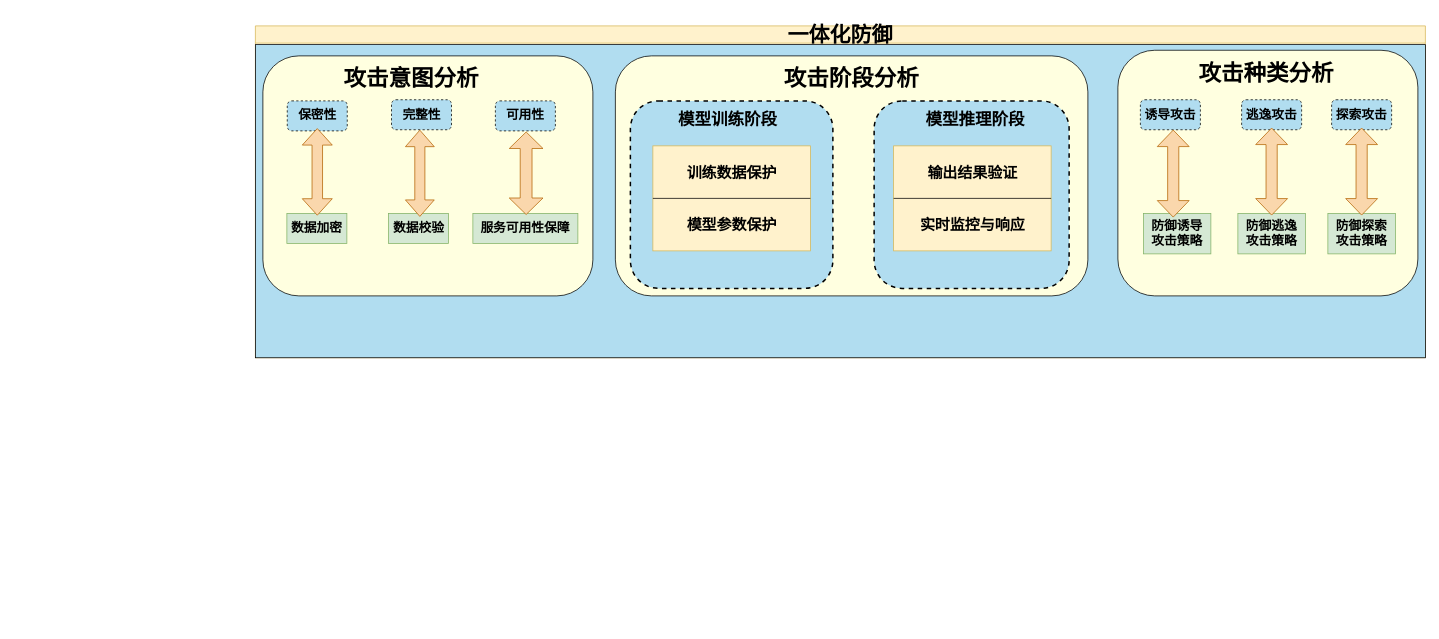
Above: 一体化防御.drawio in Stefan-Beauchamp/hello-world (draw.io), before the change. Source tidied: cells renumbered, new cells numbered last; positions are measured from the earlier drawing's top-left corner, leaving out a move shared by most shapes. Both pictures are drawn from the tidied source at 75%, with x=0, y=0 at pixel (255, 26).
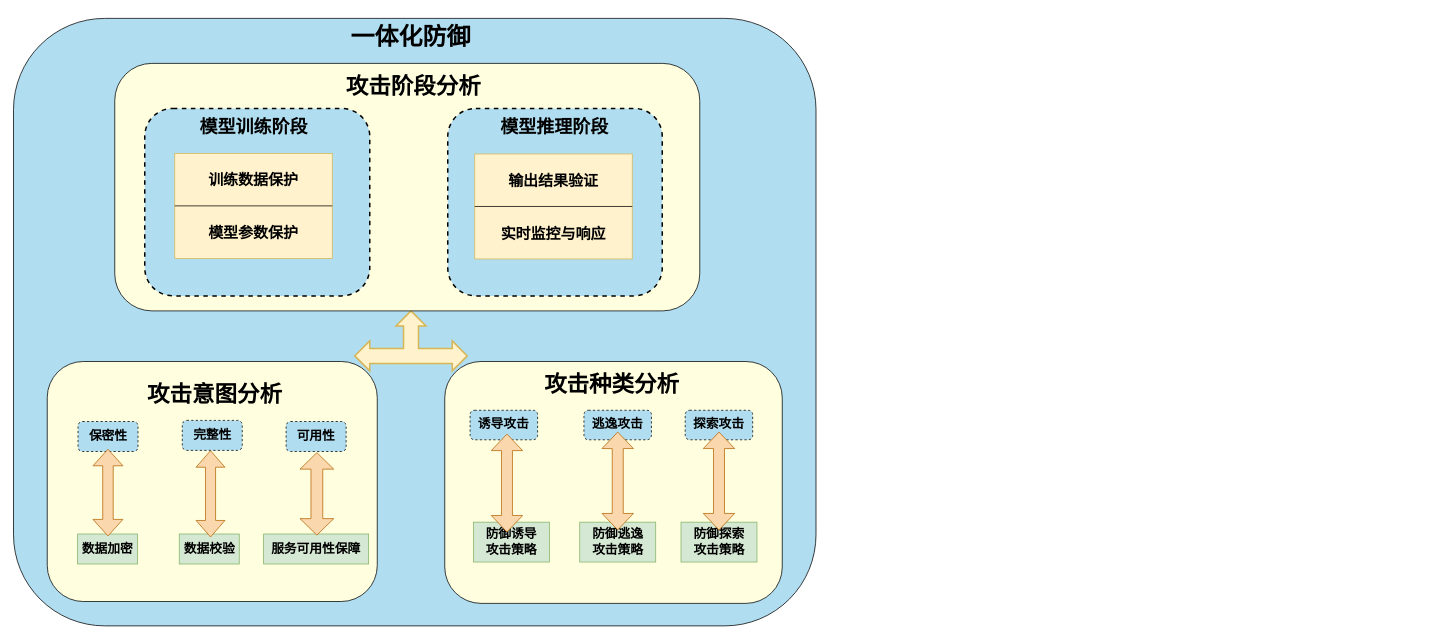
The same diagram, later.

Commit message:
更新一体化防御.drawio

What changed in the source:
```diff
@@
-    <mxCell id="2" value="&lt;p style=&quot;&quot; class=&quot;MsoNormal&quot;&gt;&lt;span style=&quot;font-family: 微软雅黑;&quot;&gt;&lt;font style=&quot;font-size: 28px;&quot; face=&quot;微软雅黑&quot;&gt;一体化防御&lt;/font&gt;&lt;/span&gt;&lt;/p&gt;" style="swimlane;whiteSpace=wrap;html=1;fillColor=#fff2cc;strokeColor=#d6b656;" parent="1" vertex="1">
-      <mxGeometry width="1560" height="442.5" as="geometry" />
-    </mxCell>
-    <mxCell id="3" style="group;" parent="2" vertex="1">
-      <mxGeometry x="10" y="32.5" width="1550" height="410" as="geometry" />
-    </mxCell>
-    <mxCell id="4" style="rounded=0;whiteSpace=wrap;html=1;fillColor=#B1DDF0;" parent="3" vertex="1">
-      <mxGeometry x="-10" y="-7.5" width="1560" height="417.5" as="geometry" />
-    </mxCell>
-    <mxCell id="5" style="rounded=1;whiteSpace=wrap;html=1;fillColor=#FFFFE0;" parent="3" vertex="1">
-      <mxGeometry y="7.5" width="440" height="320" as="geometry" />
-    </mxCell>
+    <mxCell id="43" style="rounded=1;whiteSpace=wrap;html=1;fillColor=#B1DDF0;" parent="1" vertex="1">
+      <mxGeometry x="-322.5" y="-10" width="1070" height="810" as="geometry" />
+    </mxCell>
+    <mxCell id="44" style="group;" parent="1" vertex="1">
+      <mxGeometry x="-277.5" y="447.5" width="440" height="320" as="geometry" />
+    </mxCell>
+    <mxCell id="45" style="rounded=1;whiteSpace=wrap;html=1;fillColor=#FFFFE0;" parent="44" vertex="1">
+      <mxGeometry width="440" height="320" as="geometry" />
+    </mxCell>
-    <mxCell id="6" value="&lt;b&gt;&lt;font style=&quot;font-size: 17px;&quot;&gt;完整性&lt;/font&gt;&lt;/b&gt;" style="whiteSpace=wrap;html=1;fillColor=#B1DDF0;rounded=1;dashed=1;" parent="3" vertex="1">
-      <mxGeometry x="171.5" y="66" width="80" height="40" as="geometry" />
+    <mxCell id="6" value="&lt;b&gt;&lt;font style=&quot;font-size: 17px;&quot;&gt;完整性&lt;/font&gt;&lt;/b&gt;" style="whiteSpace=wrap;html=1;fillColor=#B1DDF0;rounded=1;dashed=1;" parent="44" vertex="1">
+      <mxGeometry x="180" y="78.5" width="80" height="40" as="geometry" />
     </mxCell>
-    <mxCell id="7" value="&lt;b&gt;&lt;font style=&quot;font-size: 17px;&quot;&gt;保密性&lt;/font&gt;&lt;/b&gt;" style="whiteSpace=wrap;html=1;fillColor=#B1DDF0;rounded=1;dashed=1;" parent="3" vertex="1">
-      <mxGeometry x="32.5" y="67.5" width="80" height="40" as="geometry" />
+    <mxCell id="7" value="&lt;b&gt;&lt;font style=&quot;font-size: 17px;&quot;&gt;保密性&lt;/font&gt;&lt;/b&gt;" style="whiteSpace=wrap;html=1;fillColor=#B1DDF0;rounded=1;dashed=1;" parent="44" vertex="1">
+      <mxGeometry x="41" y="80" width="80" height="40" as="geometry" />
     </mxCell>
-    <mxCell id="8" value="&lt;b&gt;&lt;font style=&quot;font-size: 17px;&quot;&gt;可用性&lt;/font&gt;&lt;/b&gt;" style="whiteSpace=wrap;html=1;fillColor=#B1DDF0;rounded=1;dashed=1;" parent="3" vertex="1">
-      <mxGeometry x="310" y="67.5" width="80" height="40" as="geometry" />
+    <mxCell id="8" value="&lt;b&gt;&lt;font style=&quot;font-size: 17px;&quot;&gt;可用性&lt;/font&gt;&lt;/b&gt;" style="whiteSpace=wrap;html=1;fillColor=#B1DDF0;rounded=1;dashed=1;" parent="44" vertex="1">
+      <mxGeometry x="318.5" y="80" width="80" height="40" as="geometry" />
     </mxCell>
-    <mxCell id="9" value="&lt;b&gt;&lt;font style=&quot;font-size: 17px;&quot;&gt;数据加密&lt;/font&gt;&lt;/b&gt;" style="whiteSpace=wrap;html=1;fillColor=#d5e8d4;strokeColor=#82b366;" parent="3" vertex="1">
-      <mxGeometry x="32" y="217.5" width="80" height="40" as="geometry" />
+    <mxCell id="9" value="&lt;b&gt;&lt;font style=&quot;font-size: 17px;&quot;&gt;数据加密&lt;/font&gt;&lt;/b&gt;" style="whiteSpace=wrap;html=1;fillColor=#d5e8d4;strokeColor=#82b366;" parent="44" vertex="1">
+      <mxGeometry x="40.5" y="230" width="80" height="40" as="geometry" />
     </mxCell>
-    <mxCell id="10" value="&lt;b&gt;&lt;font style=&quot;font-size: 17px;&quot;&gt;数据校验&lt;/font&gt;&lt;/b&gt;" style="whiteSpace=wrap;html=1;fillColor=#d5e8d4;strokeColor=#82b366;" parent="3" vertex="1">
-      <mxGeometry x="167.5" y="217.5" width="80" height="40" as="geometry" />
+    <mxCell id="10" value="&lt;b&gt;&lt;font style=&quot;font-size: 17px;&quot;&gt;数据校验&lt;/font&gt;&lt;/b&gt;" style="whiteSpace=wrap;html=1;fillColor=#d5e8d4;strokeColor=#82b366;" parent="44" vertex="1">
+      <mxGeometry x="176" y="230" width="80" height="40" as="geometry" />
     </mxCell>
-    <mxCell id="11" value="&lt;b&gt;&lt;font style=&quot;font-size: 17px;&quot;&gt;服务可用性保障&lt;/font&gt;&lt;/b&gt;" style="whiteSpace=wrap;html=1;fillColor=#d5e8d4;strokeColor=#82b366;" parent="3" vertex="1">
-      <mxGeometry x="280" y="217.5" width="140" height="40" as="geometry" />
+    <mxCell id="11" value="&lt;b&gt;&lt;font style=&quot;font-size: 17px;&quot;&gt;服务可用性保障&lt;/font&gt;&lt;/b&gt;" style="whiteSpace=wrap;html=1;fillColor=#d5e8d4;strokeColor=#82b366;" parent="44" vertex="1">
+      <mxGeometry x="288.5" y="230" width="140" height="40" as="geometry" />
     </mxCell>
-    <mxCell id="12" value="&lt;b&gt;&lt;font style=&quot;font-size: 30px;&quot;&gt;攻击意图分析&lt;/font&gt;&lt;/b&gt;" style="text;html=1;align=center;verticalAlign=middle;whiteSpace=wrap;rounded=0;" parent="3" vertex="1">
-      <mxGeometry x="100" y="27.5" width="196" height="20" as="geometry" />
+    <mxCell id="12" value="&lt;b&gt;&lt;font style=&quot;font-size: 30px;&quot;&gt;攻击意图分析&lt;/font&gt;&lt;/b&gt;" style="text;html=1;align=center;verticalAlign=middle;whiteSpace=wrap;rounded=0;" parent="44" vertex="1">
+      <mxGeometry x="125.5" y="33" width="196" height="20" as="geometry" />
     </mxCell>
-    <mxCell id="13" style="html=1;shadow=0;dashed=0;align=center;verticalAlign=middle;shape=mxgraph.arrows2.twoWayArrow;dy=0.65;dx=22;rotation=90;fillColor=#fad7ac;strokeColor=#b46504;" parent="3" vertex="1">
-      <mxGeometry x="14.8" y="142.2" width="115.5" height="40" as="geometry" />
-    </mxCell>
-    <mxCell id="14" style="html=1;shadow=0;dashed=0;align=center;verticalAlign=middle;shape=mxgraph.arrows2.twoWayArrow;dy=0.65;dx=22;rotation=90;fillColor=#fad7ac;strokeColor=#b46504;" parent="3" vertex="1">
-      <mxGeometry x="151.8" y="144.8" width="115" height="38.5" as="geometry" />
-    </mxCell>
-    <mxCell id="15" style="html=1;shadow=0;dashed=0;align=center;verticalAlign=middle;shape=mxgraph.arrows2.twoWayArrow;dy=0.65;dx=22;rotation=90;fillColor=#fad7ac;strokeColor=#b46504;" parent="3" vertex="1">
-      <mxGeometry x="296" y="141.5" width="110" height="45" as="geometry" />
-    </mxCell>
-    <mxCell id="16" style="rounded=1;whiteSpace=wrap;html=1;fillColor=#FFFFE0;" parent="3" vertex="1">
-      <mxGeometry x="1140" width="400" height="327.5" as="geometry" />
-    </mxCell>
+    <mxCell id="46" style="html=1;shadow=0;dashed=0;align=center;verticalAlign=middle;shape=mxgraph.arrows2.twoWayArrow;dy=0.65;dx=22;rotation=90;fillColor=#fad7ac;strokeColor=#b46504;" parent="44" vertex="1">
+      <mxGeometry x="23.2" y="154.8" width="115.5" height="40" as="geometry" />
+    </mxCell>
+    <mxCell id="47" style="html=1;shadow=0;dashed=0;align=center;verticalAlign=middle;shape=mxgraph.arrows2.twoWayArrow;dy=0.65;dx=22;rotation=90;fillColor=#fad7ac;strokeColor=#b46504;" parent="44" vertex="1">
+      <mxGeometry x="160.2" y="157.2" width="115" height="38.5" as="geometry" />
+    </mxCell>
+    <mxCell id="48" style="html=1;shadow=0;dashed=0;align=center;verticalAlign=middle;shape=mxgraph.arrows2.twoWayArrow;dy=0.65;dx=22;rotation=90;fillColor=#fad7ac;strokeColor=#b46504;" parent="44" vertex="1">
+      <mxGeometry x="304.5" y="154" width="110" height="45" as="geometry" />
+    </mxCell>
+    <mxCell id="49" style="group;" parent="1" vertex="1">
+      <mxGeometry x="252.5" y="447.5" width="450" height="322.5" as="geometry" />
+    </mxCell>
+    <mxCell id="50" style="rounded=1;whiteSpace=wrap;html=1;fillColor=#FFFFE0;" parent="49" vertex="1">
+      <mxGeometry width="450" height="322.5" as="geometry" />
+    </mxCell>
-    <mxCell id="17" value="&lt;b&gt;&lt;font style=&quot;font-size: 17px;&quot;&gt;逃逸攻击&lt;/font&gt;&lt;/b&gt;" style="whiteSpace=wrap;html=1;fillColor=#B1DDF0;rounded=1;dashed=1;" parent="3" vertex="1">
-      <mxGeometry x="1305" y="66" width="80" height="40" as="geometry" />
+    <mxCell id="17" value="&lt;b&gt;&lt;font style=&quot;font-size: 17px;&quot;&gt;逃逸攻击&lt;/font&gt;&lt;/b&gt;" style="whiteSpace=wrap;html=1;fillColor=#B1DDF0;rounded=1;dashed=1;" parent="49" vertex="1">
+      <mxGeometry x="185.6" y="65" width="90" height="39.4" as="geometry" />
     </mxCell>
-    <mxCell id="18" value="&lt;b&gt;&lt;font style=&quot;font-size: 17px;&quot;&gt;诱导攻击&lt;/font&gt;&lt;/b&gt;" style="whiteSpace=wrap;html=1;fillColor=#B1DDF0;rounded=1;dashed=1;" parent="3" vertex="1">
-      <mxGeometry x="1170" y="66" width="80" height="40" as="geometry" />
+    <mxCell id="18" value="&lt;b&gt;&lt;font style=&quot;font-size: 17px;&quot;&gt;诱导攻击&lt;/font&gt;&lt;/b&gt;" style="whiteSpace=wrap;html=1;fillColor=#B1DDF0;rounded=1;dashed=1;" parent="49" vertex="1">
+      <mxGeometry x="33.8" y="65" width="90" height="39.4" as="geometry" />
     </mxCell>
-    <mxCell id="19" value="&lt;b&gt;&lt;font style=&quot;font-size: 17px;&quot;&gt;探索攻击&lt;/font&gt;&lt;/b&gt;" style="whiteSpace=wrap;html=1;fillColor=#B1DDF0;rounded=1;dashed=1;" parent="3" vertex="1">
-      <mxGeometry x="1425" y="66" width="80" height="40" as="geometry" />
+    <mxCell id="19" value="&lt;b&gt;&lt;font style=&quot;font-size: 17px;&quot;&gt;探索攻击&lt;/font&gt;&lt;/b&gt;" style="whiteSpace=wrap;html=1;fillColor=#B1DDF0;rounded=1;dashed=1;" parent="49" vertex="1">
+      <mxGeometry x="320.6" y="65" width="90" height="39.4" as="geometry" />
     </mxCell>
-    <mxCell id="20" value="&lt;b style=&quot;font-size: 17px;&quot;&gt;&lt;font style=&quot;font-size: 17px;&quot;&gt;防御诱导&lt;/font&gt;&lt;/b&gt;&lt;div style=&quot;font-size: 17px;&quot;&gt;&lt;b style=&quot;&quot;&gt;&lt;font style=&quot;font-size: 17px;&quot;&gt;攻击策略&lt;/font&gt;&lt;/b&gt;&lt;/div&gt;" style="whiteSpace=wrap;html=1;fillColor=#d5e8d4;strokeColor=#82b366;" parent="3" vertex="1">
-      <mxGeometry x="1174" y="217.5" width="90" height="54" as="geometry" />
+    <mxCell id="20" value="&lt;b style=&quot;font-size: 17px;&quot;&gt;&lt;font style=&quot;font-size: 17px;&quot;&gt;防御诱导&lt;/font&gt;&lt;/b&gt;&lt;div style=&quot;font-size: 17px;&quot;&gt;&lt;b style=&quot;&quot;&gt;&lt;font style=&quot;font-size: 17px;&quot;&gt;攻击策略&lt;/font&gt;&lt;/b&gt;&lt;/div&gt;" style="whiteSpace=wrap;html=1;fillColor=#d5e8d4;strokeColor=#82b366;" parent="49" vertex="1">
+      <mxGeometry x="38.3" y="214.2" width="101.3" height="53.2" as="geometry" />
     </mxCell>
-    <mxCell id="21" value="&lt;b&gt;&lt;font style=&quot;font-size: 30px;&quot;&gt;攻击种类分析&lt;/font&gt;&lt;/b&gt;" style="text;html=1;align=center;verticalAlign=middle;whiteSpace=wrap;rounded=0;" parent="3" vertex="1">
-      <mxGeometry x="1240" y="20" width="196" height="20" as="geometry" />
+    <mxCell id="21" value="&lt;b&gt;&lt;font style=&quot;font-size: 30px;&quot;&gt;攻击种类分析&lt;/font&gt;&lt;/b&gt;" style="text;html=1;align=center;verticalAlign=middle;whiteSpace=wrap;rounded=0;" parent="49" vertex="1">
+      <mxGeometry x="112.5" y="19.7" width="220.5" height="19.7" as="geometry" />
     </mxCell>
-    <mxCell id="22" style="html=1;shadow=0;dashed=0;align=center;verticalAlign=middle;shape=mxgraph.arrows2.twoWayArrow;dy=0.65;dx=22;rotation=90;fillColor=#fad7ac;strokeColor=#b46504;" parent="3" vertex="1">
-      <mxGeometry x="1155.8" y="143.2" width="116" height="42.5" as="geometry" />
-    </mxCell>
+    <mxCell id="51" style="html=1;shadow=0;dashed=0;align=center;verticalAlign=middle;shape=mxgraph.arrows2.twoWayArrow;dy=0.65;dx=22;rotation=90;fillColor=#fad7ac;strokeColor=#b46504;" parent="49" vertex="1">
+      <mxGeometry x="17.7" y="141.1" width="130.5" height="41.9" as="geometry" />
+    </mxCell>
-    <mxCell id="23" value="&lt;b style=&quot;font-size: 17px;&quot;&gt;&lt;font style=&quot;font-size: 17px;&quot;&gt;防御逃逸&lt;/font&gt;&lt;/b&gt;&lt;div style=&quot;font-size: 17px;&quot;&gt;&lt;b style=&quot;&quot;&gt;&lt;font style=&quot;font-size: 17px;&quot;&gt;攻击策略&lt;/font&gt;&lt;/b&gt;&lt;/div&gt;" style="whiteSpace=wrap;html=1;fillColor=#d5e8d4;strokeColor=#82b366;" parent="3" vertex="1">
-      <mxGeometry x="1300" y="217.5" width="90" height="54" as="geometry" />
+    <mxCell id="23" value="&lt;b style=&quot;font-size: 17px;&quot;&gt;&lt;font style=&quot;font-size: 17px;&quot;&gt;防御逃逸&lt;/font&gt;&lt;/b&gt;&lt;div style=&quot;font-size: 17px;&quot;&gt;&lt;b style=&quot;&quot;&gt;&lt;font style=&quot;font-size: 17px;&quot;&gt;攻击策略&lt;/font&gt;&lt;/b&gt;&lt;/div&gt;" style="whiteSpace=wrap;html=1;fillColor=#d5e8d4;strokeColor=#82b366;" parent="49" vertex="1">
+      <mxGeometry x="180" y="214.2" width="101.3" height="53.2" as="geometry" />
     </mxCell>
-    <mxCell id="24" value="&lt;b style=&quot;font-size: 17px;&quot;&gt;&lt;font style=&quot;font-size: 17px;&quot;&gt;防御探索&lt;/font&gt;&lt;/b&gt;&lt;div style=&quot;font-size: 17px;&quot;&gt;&lt;b style=&quot;&quot;&gt;&lt;font style=&quot;font-size: 17px;&quot;&gt;攻击策略&lt;/font&gt;&lt;/b&gt;&lt;/div&gt;" style="whiteSpace=wrap;html=1;fillColor=#d5e8d4;strokeColor=#82b366;" parent="3" vertex="1">
-      <mxGeometry x="1420" y="217.5" width="90" height="54" as="geometry" />
+    <mxCell id="24" value="&lt;b style=&quot;font-size: 17px;&quot;&gt;&lt;font style=&quot;font-size: 17px;&quot;&gt;防御探索&lt;/font&gt;&lt;/b&gt;&lt;div style=&quot;font-size: 17px;&quot;&gt;&lt;b style=&quot;&quot;&gt;&lt;font style=&quot;font-size: 17px;&quot;&gt;攻击策略&lt;/font&gt;&lt;/b&gt;&lt;/div&gt;" style="whiteSpace=wrap;html=1;fillColor=#d5e8d4;strokeColor=#82b366;" parent="49" vertex="1">
+      <mxGeometry x="315" y="214.2" width="101.3" height="53.2" as="geometry" />
     </mxCell>
-    <mxCell id="25" style="rounded=1;whiteSpace=wrap;html=1;fillColor=#FFFFE0;" parent="3" vertex="1">
-      <mxGeometry x="470" y="7.5" width="630" height="320" as="geometry" />
-    </mxCell>
+    <mxCell id="52" style="html=1;shadow=0;dashed=0;align=center;verticalAlign=middle;shape=mxgraph.arrows2.twoWayArrow;dy=0.65;dx=22;rotation=90;fillColor=#fad7ac;strokeColor=#b46504;" parent="49" vertex="1">
+      <mxGeometry x="165.4" y="138.4" width="130.5" height="41.9" as="geometry" />
+    </mxCell>
+    <mxCell id="53" style="html=1;shadow=0;dashed=0;align=center;verticalAlign=middle;shape=mxgraph.arrows2.twoWayArrow;dy=0.65;dx=22;rotation=90;fillColor=#fad7ac;strokeColor=#b46504;" parent="49" vertex="1">
+      <mxGeometry x="300.4" y="138.4" width="130.5" height="41.9" as="geometry" />
+    </mxCell>
+    <mxCell id="2" value="&lt;b&gt;&lt;font style=&quot;font-size: 32px;&quot;&gt;一体化防御&lt;/font&gt;&lt;/b&gt;" style="text;html=1;align=center;verticalAlign=middle;whiteSpace=wrap;rounded=0;" parent="1" vertex="1">
+      <mxGeometry width="415" height="30" as="geometry" />
+    </mxCell>
+    <mxCell id="54" style="html=1;shadow=0;dashed=0;align=center;verticalAlign=middle;shape=mxgraph.arrows2.triadArrow;dy=10;dx=20;arrowHead=40;fillColor=#fff2cc;strokeColor=#d6b656;strokeWidth=2;" parent="1" vertex="1">
+      <mxGeometry x="132.5" y="380" width="150" height="80" as="geometry" />
+    </mxCell>
+    <mxCell id="55" style="group;" parent="1" vertex="1">
+      <mxGeometry x="-157.5" y="50" width="780" height="330" as="geometry" />
+    </mxCell>
+    <mxCell id="56" style="rounded=1;whiteSpace=wrap;html=1;fillColor=#FFFFE0;" parent="55" vertex="1">
+      <mxGeometry x="-30" width="780" height="330" as="geometry" />
+    </mxCell>
-    <mxCell id="26" value="&lt;b&gt;&lt;font style=&quot;font-size: 30px;&quot;&gt;攻击阶段分析&lt;/font&gt;&lt;/b&gt;" style="text;html=1;align=center;verticalAlign=middle;whiteSpace=wrap;rounded=0;" parent="3" vertex="1">
-      <mxGeometry x="687" y="27.5" width="196" height="20" as="geometry" />
+    <mxCell id="26" value="&lt;b&gt;&lt;font style=&quot;font-size: 30px;&quot;&gt;攻击阶段分析&lt;/font&gt;&lt;/b&gt;" style="text;html=1;align=center;verticalAlign=middle;whiteSpace=wrap;rounded=0;" parent="55" vertex="1">
+      <mxGeometry x="270" y="20" width="196" height="20" as="geometry" />
     </mxCell>
-    <mxCell id="27" style="rounded=1;whiteSpace=wrap;html=1;fillColor=#B1DDF0;dashed=1;strokeWidth=2;" parent="3" vertex="1">
-      <mxGeometry x="490" y="67.5" width="270" height="250" as="geometry" />
-    </mxCell>
+    <mxCell id="57" style="rounded=1;whiteSpace=wrap;html=1;fillColor=#B1DDF0;dashed=1;strokeWidth=2;" parent="55" vertex="1">
+      <mxGeometry x="10" y="60" width="300" height="250" as="geometry" />
+    </mxCell>
-    <mxCell id="28" value="&lt;b&gt;&lt;font style=&quot;font-size: 22px;&quot;&gt;模型训练阶段&lt;/font&gt;&lt;/b&gt;" style="text;html=1;align=center;verticalAlign=middle;whiteSpace=wrap;rounded=0;" parent="3" vertex="1">
-      <mxGeometry x="530" y="77.5" width="180" height="30" as="geometry" />
+    <mxCell id="28" value="&lt;b&gt;&lt;font style=&quot;font-size: 24px;&quot;&gt;模型训练阶段&lt;/font&gt;&lt;/b&gt;" style="text;html=1;align=center;verticalAlign=middle;whiteSpace=wrap;rounded=0;" parent="55" vertex="1">
+      <mxGeometry x="65" y="70" width="180" height="30" as="geometry" />
     </mxCell>
-    <mxCell id="29" style="rounded=1;whiteSpace=wrap;html=1;fillColor=#B1DDF0;dashed=1;strokeWidth=2;" parent="3" vertex="1">
-      <mxGeometry x="815" y="67.5" width="260" height="250" as="geometry" />
-    </mxCell>
+    <mxCell id="58" style="rounded=1;whiteSpace=wrap;html=1;fillColor=#B1DDF0;dashed=1;strokeWidth=2;" parent="55" vertex="1">
+      <mxGeometry x="414" y="60" width="286" height="250" as="geometry" />
+    </mxCell>
-    <mxCell id="30" value="&lt;b&gt;&lt;font style=&quot;font-size: 22px;&quot;&gt;模型推理阶段&lt;/font&gt;&lt;/b&gt;" style="text;html=1;align=center;verticalAlign=middle;whiteSpace=wrap;rounded=0;" parent="3" vertex="1">
-      <mxGeometry x="860" y="77.5" width="180" height="30" as="geometry" />
+    <mxCell id="30" value="&lt;b&gt;&lt;font style=&quot;font-size: 24px;&quot;&gt;模型推理阶段&lt;/font&gt;&lt;/b&gt;" style="text;html=1;align=center;verticalAlign=middle;whiteSpace=wrap;rounded=0;" parent="55" vertex="1">
+      <mxGeometry x="466" y="70" width="180" height="30" as="geometry" />
     </mxCell>
-    <mxCell id="31" style="group;" parent="3" vertex="1">
-      <mxGeometry x="520" y="127.5" width="210" height="140" as="geometry" />
-    </mxCell>
-    <mxCell id="32" style="rounded=0;whiteSpace=wrap;html=1;fillColor=#fff2cc;strokeColor=#d6b656;" parent="31" vertex="1">
-      <mxGeometry width="210" height="140" as="geometry" />
-    </mxCell>
+    <mxCell id="59" style="group;" parent="55" vertex="1">
+      <mxGeometry x="50" y="120" width="210" height="140" as="geometry" />
+    </mxCell>
+    <mxCell id="60" style="rounded=0;whiteSpace=wrap;html=1;fillColor=#fff2cc;strokeColor=#d6b656;" parent="59" vertex="1">
+      <mxGeometry width="210" height="140" as="geometry" />
+    </mxCell>
-    <mxCell id="33" value="&lt;b&gt;&lt;font style=&quot;font-size: 20px;&quot;&gt;训练数据保护&lt;/font&gt;&lt;/b&gt;" style="text;html=1;align=center;verticalAlign=middle;whiteSpace=wrap;rounded=0;" parent="31" vertex="1">
+    <mxCell id="33" value="&lt;b&gt;&lt;font style=&quot;font-size: 20px;&quot;&gt;训练数据保护&lt;/font&gt;&lt;/b&gt;" style="text;html=1;align=center;verticalAlign=middle;whiteSpace=wrap;rounded=0;" parent="59" vertex="1">
       <mxGeometry x="27.5" y="20" width="155" height="30" as="geometry" />
     </mxCell>
-    <mxCell id="34" value="&lt;b&gt;&lt;font style=&quot;font-size: 20px;&quot;&gt;模型参数保护&lt;/font&gt;&lt;/b&gt;" style="text;html=1;align=center;verticalAlign=middle;whiteSpace=wrap;rounded=0;" parent="31" vertex="1">
+    <mxCell id="34" value="&lt;b&gt;&lt;font style=&quot;font-size: 20px;&quot;&gt;模型参数保护&lt;/font&gt;&lt;/b&gt;" style="text;html=1;align=center;verticalAlign=middle;whiteSpace=wrap;rounded=0;" parent="59" vertex="1">
       <mxGeometry x="27.5" y="90" width="155" height="30" as="geometry" />
     </mxCell>
-    <mxCell id="35" style="rounded=0;orthogonalLoop=1;jettySize=auto;html=1;exitX=0;exitY=0.5;exitDx=0;exitDy=0;entryX=1;entryY=0.5;entryDx=0;entryDy=0;endArrow=none;endFill=0;" parent="31" edge="1" source="32" target="32">
-      <mxGeometry relative="1" as="geometry" />
-    </mxCell>
-    <mxCell id="36" style="html=1;shadow=0;dashed=0;align=center;verticalAlign=middle;shape=mxgraph.arrows2.twoWayArrow;dy=0.65;dx=22;rotation=90;fillColor=#fad7ac;strokeColor=#b46504;" parent="3" vertex="1">
-      <mxGeometry x="1287" y="140.5" width="116" height="42.5" as="geometry" />
-    </mxCell>
-    <mxCell id="37" style="html=1;shadow=0;dashed=0;align=center;verticalAlign=middle;shape=mxgraph.arrows2.twoWayArrow;dy=0.65;dx=22;rotation=90;fillColor=#fad7ac;strokeColor=#b46504;" parent="3" vertex="1">
-      <mxGeometry x="1407" y="140.5" width="116" height="42.5" as="geometry" />
-    </mxCell>
-    <mxCell id="38" style="group;" parent="1" vertex="1">
-      <mxGeometry x="851" y="160" width="210" height="140" as="geometry" />
-    </mxCell>
-    <mxCell id="39" style="rounded=0;whiteSpace=wrap;html=1;fillColor=#fff2cc;strokeColor=#d6b656;" parent="38" vertex="1">
-      <mxGeometry width="210" height="140" as="geometry" />
-    </mxCell>
+    <mxCell id="61" style="rounded=0;orthogonalLoop=1;jettySize=auto;html=1;exitX=0;exitY=0.5;exitDx=0;exitDy=0;entryX=1;entryY=0.5;entryDx=0;entryDy=0;endArrow=none;endFill=0;" parent="59" edge="1" source="60" target="60">
+      <mxGeometry relative="1" as="geometry" />
+    </mxCell>
+    <mxCell id="62" style="group;" parent="1" vertex="1">
+      <mxGeometry x="292.5" y="170.8" width="216.7" height="144.4" as="geometry" />
+    </mxCell>
+    <mxCell id="63" style="rounded=0;whiteSpace=wrap;html=1;fillColor=#fff2cc;strokeColor=#d6b656;" parent="62" vertex="1">
+      <mxGeometry width="210" height="140" as="geometry" />
+    </mxCell>
-    <mxCell id="40" value="&lt;b&gt;&lt;font style=&quot;font-size: 20px;&quot;&gt;输出结果验证&lt;/font&gt;&lt;/b&gt;" style="text;html=1;align=center;verticalAlign=middle;whiteSpace=wrap;rounded=0;" parent="38" vertex="1">
+    <mxCell id="40" value="&lt;b&gt;&lt;font style=&quot;font-size: 20px;&quot;&gt;输出结果验证&lt;/font&gt;&lt;/b&gt;" style="text;html=1;align=center;verticalAlign=middle;whiteSpace=wrap;rounded=0;" parent="62" vertex="1">
       <mxGeometry x="27.5" y="20" width="155" height="30" as="geometry" />
     </mxCell>
-    <mxCell id="41" value="&lt;span style=&quot;font-size: 20px;&quot;&gt;&lt;b&gt;实时监控与响应&lt;/b&gt;&lt;/span&gt;" style="text;html=1;align=center;verticalAlign=middle;whiteSpace=wrap;rounded=0;" parent="38" vertex="1">
+    <mxCell id="41" value="&lt;span style=&quot;font-size: 20px;&quot;&gt;&lt;b&gt;实时监控与响应&lt;/b&gt;&lt;/span&gt;" style="text;html=1;align=center;verticalAlign=middle;whiteSpace=wrap;rounded=0;" parent="62" vertex="1">
       <mxGeometry x="27.5" y="90" width="155" height="30" as="geometry" />
     </mxCell>
-    <mxCell id="42" style="rounded=0;orthogonalLoop=1;jettySize=auto;html=1;exitX=0;exitY=0.5;exitDx=0;exitDy=0;entryX=1;entryY=0.5;entryDx=0;entryDy=0;endArrow=none;endFill=0;" parent="38" edge="1" source="39" target="39">
-      <mxGeometry relative="1" as="geometry" />
-    </mxCell>
+    <mxCell id="64" style="rounded=0;orthogonalLoop=1;jettySize=auto;html=1;exitX=0;exitY=0.5;exitDx=0;exitDy=0;entryX=1;entryY=0.5;entryDx=0;entryDy=0;endArrow=none;endFill=0;" parent="62" edge="1" source="63" target="63">
+      <mxGeometry relative="1" as="geometry" />
+    </mxCell>
```
